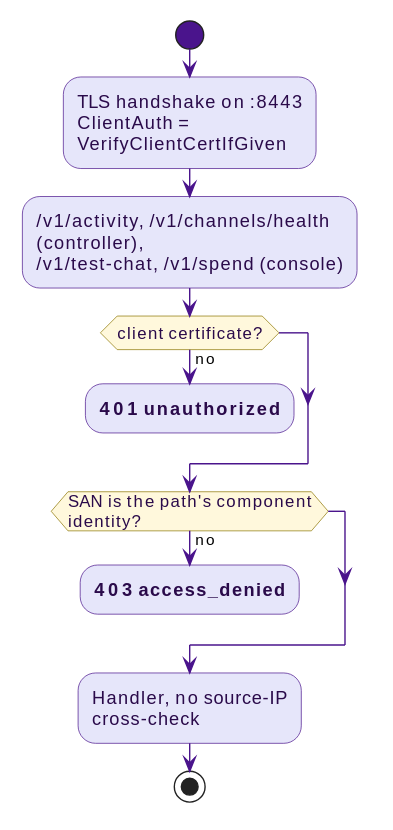
Before: docs/src/diagrams/per-path-auth-internal.svg, a diagram exported from PlantUML (win07xp/kaalm). Source of this version:
```plantuml
@startuml
!include _style.puml

start
:TLS handshake on :8443\nClientAuth = VerifyClientCertIfGiven;
:/v1/activity, /v1/channels/health (controller),\n/v1/test-chat, /v1/spend (console);
if (client certificate?) then (no)
  :**401 unauthorized**;
  kill
endif
if (SAN is the path's component identity?) then (no)
  :**403 access_denied**;
  kill
endif
:Handler, no source-IP cross-check;
stop
@enduml
```
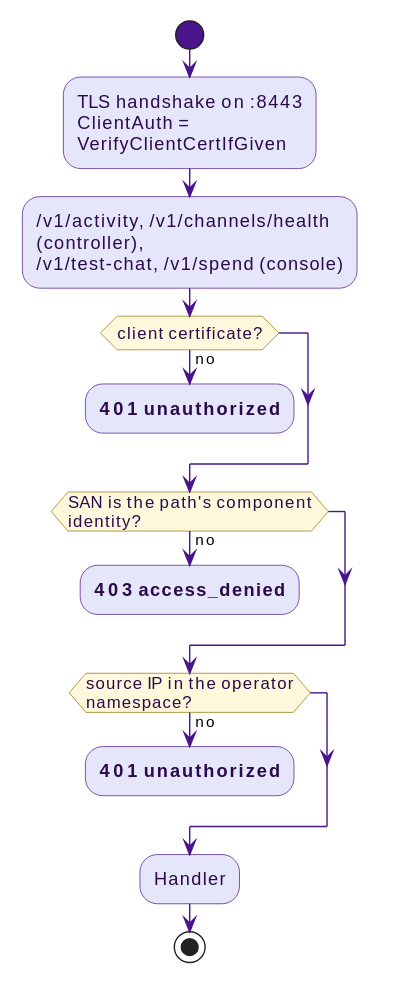
The same diagram one commit later.

The edit, as a diff of the source:
```diff
@@ -12,6 +12,10 @@
   :**403 access_denied**;
   kill
 endif
-:Handler, no source-IP cross-check;
+if (source IP in the operator namespace?) then (no)
+  :**401 unauthorized**;
+  kill
+endif
+:Handler;
 stop
 @enduml
```
